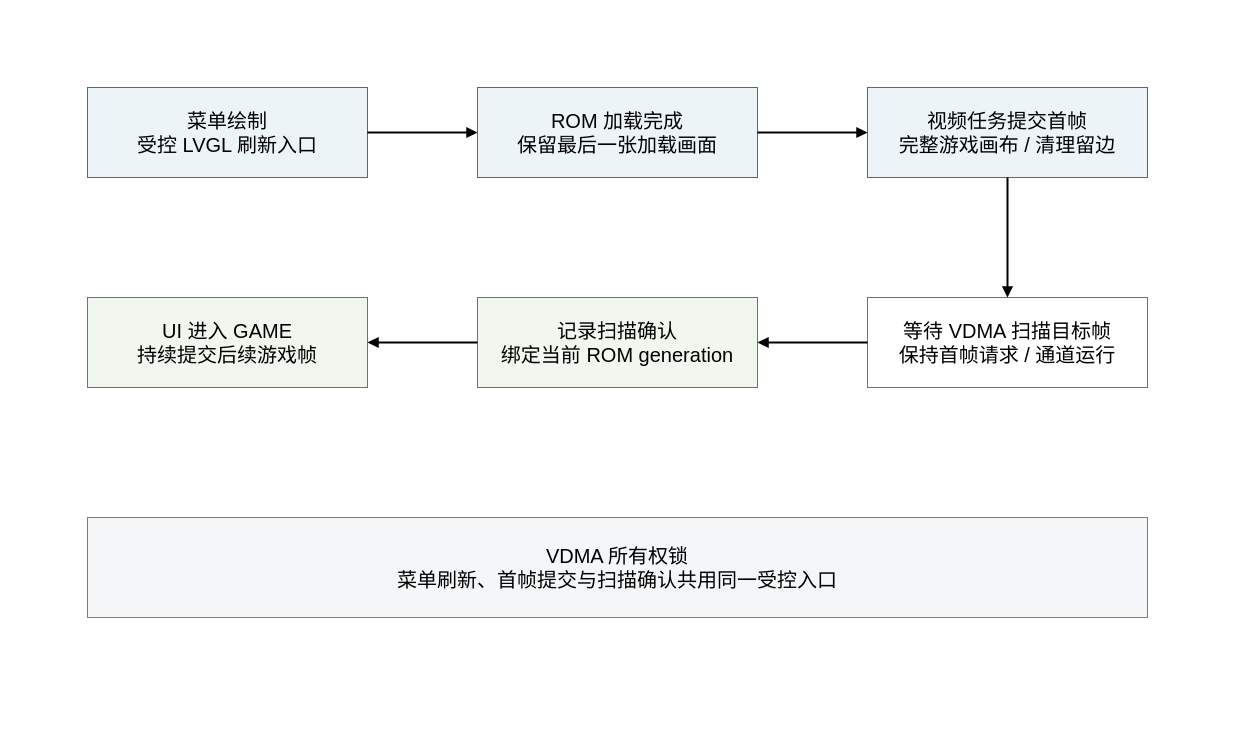
Before: docs/architecture/frame-handoff.drawio in ArthurPan2026/GBA-Zynq7020, a draw.io diagram. Source tidied: cells renumbered, new cells numbered last; positions are measured from the earlier drawing's top-left corner, leaving out a move shared by most shapes. Both pictures are drawn from the tidied source at 100%, with x=0, y=0 at pixel (17, 17).
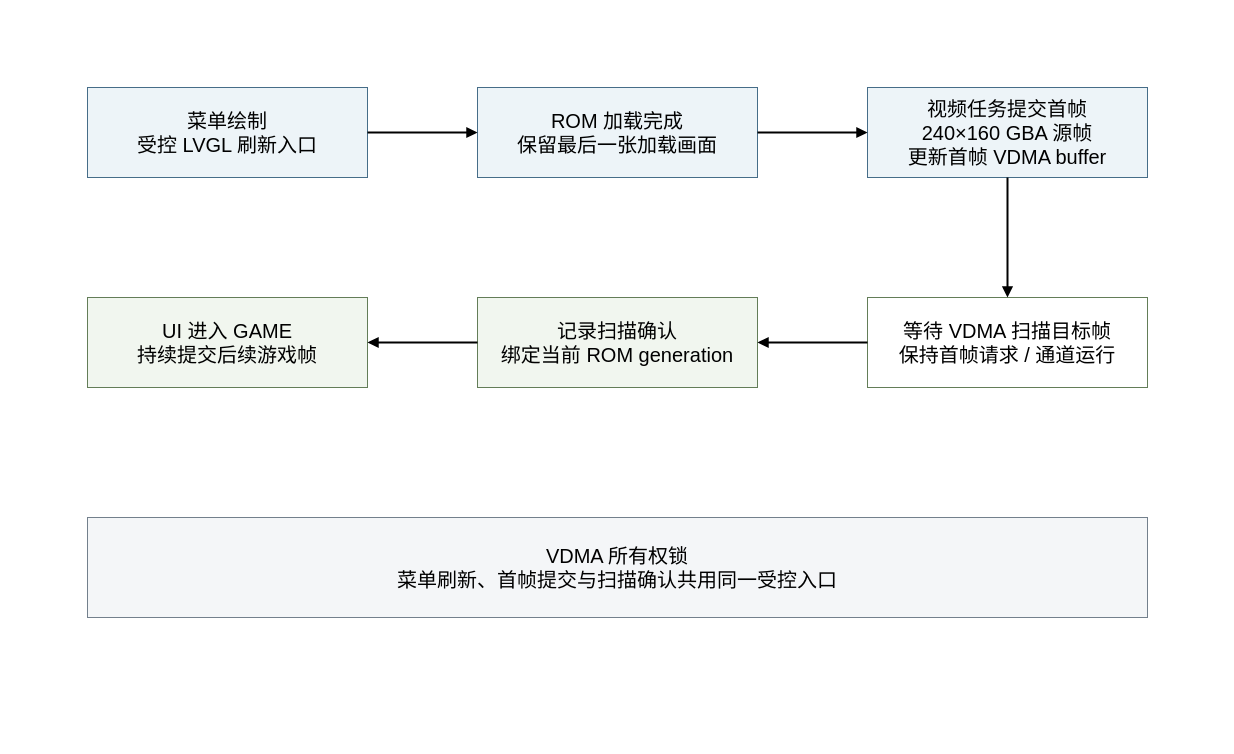
Above is the later version.

The edit, as a diff of the source:
```diff
@@
 <mxGraphModel>
   <root>
     <mxCell id="0" />
     <mxCell id="1" parent="0" />
     <mxCell id="2" style="rounded=0;whiteSpace=wrap;html=1;fillColor=#ffffff;strokeColor=none;" parent="1" vertex="1">
       <mxGeometry width="1200" height="720" as="geometry" />
     </mxCell>
     <mxCell id="3" value="菜单绘制&#10;受控 LVGL 刷新入口" style="rounded=0;whiteSpace=wrap;html=1;fontFamily=Microsoft YaHei;fontSize=20;fillColor=#edf4f8;strokeColor=#466d88;" parent="1" vertex="1">
       <mxGeometry x="70" y="70" width="280" height="90" as="geometry" />
     </mxCell>
     <mxCell id="4" value="ROM 加载完成&#10;保留最后一张加载画面" style="rounded=0;whiteSpace=wrap;html=1;fontFamily=Microsoft YaHei;fontSize=20;fillColor=#edf4f8;strokeColor=#466d88;" parent="1" vertex="1">
       <mxGeometry x="460" y="70" width="280" height="90" as="geometry" />
     </mxCell>
-    <mxCell id="5" value="视频任务提交首帧&#10;完整游戏画布 / 清理留边" style="rounded=0;whiteSpace=wrap;html=1;fontFamily=Microsoft YaHei;fontSize=20;fillColor=#edf4f8;strokeColor=#466d88;" parent="1" vertex="1">
+    <mxCell id="5" value="视频任务提交首帧&#10;240×160 GBA 源帧&#10;更新首帧 VDMA buffer" style="rounded=0;whiteSpace=wrap;html=1;fontFamily=Microsoft YaHei;fontSize=20;fillColor=#edf4f8;strokeColor=#466d88;" parent="1" vertex="1">
       <mxGeometry x="850" y="70" width="280" height="90" as="geometry" />
     </mxCell>
     <mxCell id="6" value="等待 VDMA 扫描目标帧&#10;保持首帧请求 / 通道运行" style="rounded=0;whiteSpace=wrap;html=1;fontFamily=Microsoft YaHei;fontSize=20;fillColor=#ffffff;strokeColor=#637d58;" parent="1" vertex="1">
       <mxGeometry x="850" y="280" width="280" height="90" as="geometry" />
     </mxCell>
     <mxCell id="7" value="记录扫描确认&#10;绑定当前 ROM generation" style="rounded=0;whiteSpace=wrap;html=1;fontFamily=Microsoft YaHei;fontSize=20;fillColor=#f1f6ef;strokeColor=#637d58;" parent="1" vertex="1">
       <mxGeometry x="460" y="280" width="280" height="90" as="geometry" />
     </mxCell>
     <mxCell id="8" value="UI 进入 GAME&#10;持续提交后续游戏帧" style="rounded=0;whiteSpace=wrap;html=1;fontFamily=Microsoft YaHei;fontSize=20;fillColor=#f1f6ef;strokeColor=#637d58;" parent="1" vertex="1">
       <mxGeometry x="70" y="280" width="280" height="90" as="geometry" />
     </mxCell>
     <mxCell id="9" value="VDMA 所有权锁&#10;菜单刷新、首帧提交与扫描确认共用同一受控入口" style="rounded=0;whiteSpace=wrap;html=1;fontFamily=Microsoft YaHei;fontSize=20;fillColor=#f4f6f8;strokeColor=#73808c;" parent="1" vertex="1">
       <mxGeometry x="70" y="500" width="1060" height="100" as="geometry" />
     </mxCell>
     <mxCell id="10" style="edgeStyle=orthogonalEdgeStyle;html=1;endArrow=block;strokeWidth=2;" parent="1" edge="1" source="3" target="4">
       <mxGeometry relative="1" as="geometry" />
     </mxCell>
     <mxCell id="11" style="edgeStyle=orthogonalEdgeStyle;html=1;endArrow=block;strokeWidth=2;" parent="1" edge="1" source="4" target="5">
       <mxGeometry relative="1" as="geometry" />
     </mxCell>
     <mxCell id="12" style="edgeStyle=orthogonalEdgeStyle;html=1;endArrow=block;strokeWidth=2;" parent="1" edge="1" source="5" target="6">
       <mxGeometry relative="1" as="geometry" />
     </mxCell>
     <mxCell id="13" style="edgeStyle=orthogonalEdgeStyle;html=1;endArrow=block;strokeWidth=2;" parent="1" edge="1" source="6" target="7">
       <mxGeometry relative="1" as="geometry" />
     </mxCell>
     <mxCell id="14" style="edgeStyle=orthogonalEdgeStyle;html=1;endArrow=block;strokeWidth=2;" parent="1" edge="1" source="7" target="8">
       <mxGeometry relative="1" as="geometry" />
     </mxCell>
   </root>
 </mxGraphModel>
```
